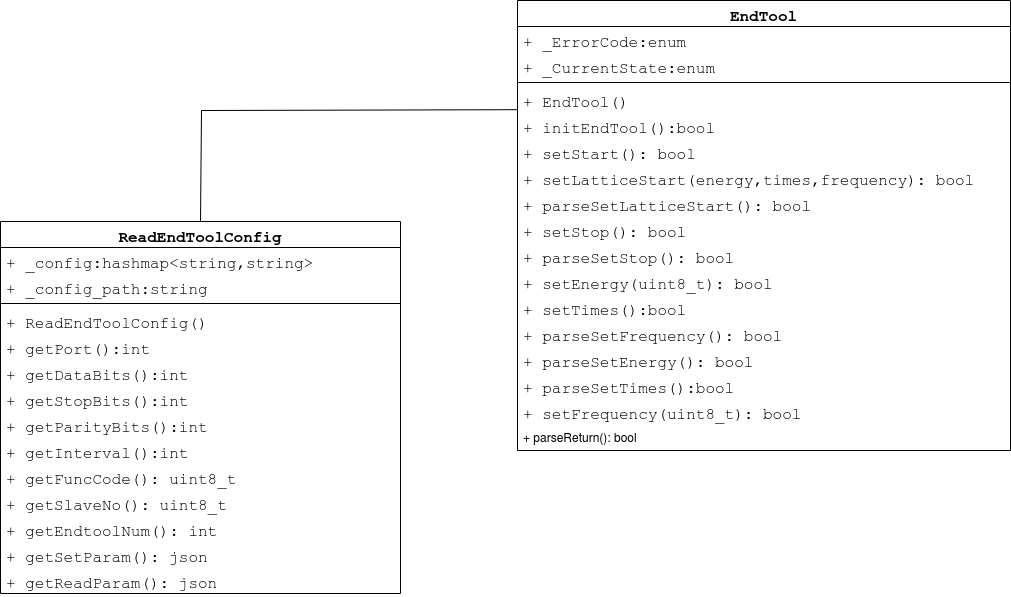
The draw.io diagram 理疗头类图.drawio.png in Durpe/Drawio, before a commit. Source tidied: cells renumbered, new cells last; positions are measured from the earlier drawing's top-left corner, leaving out a move shared by most shapes.
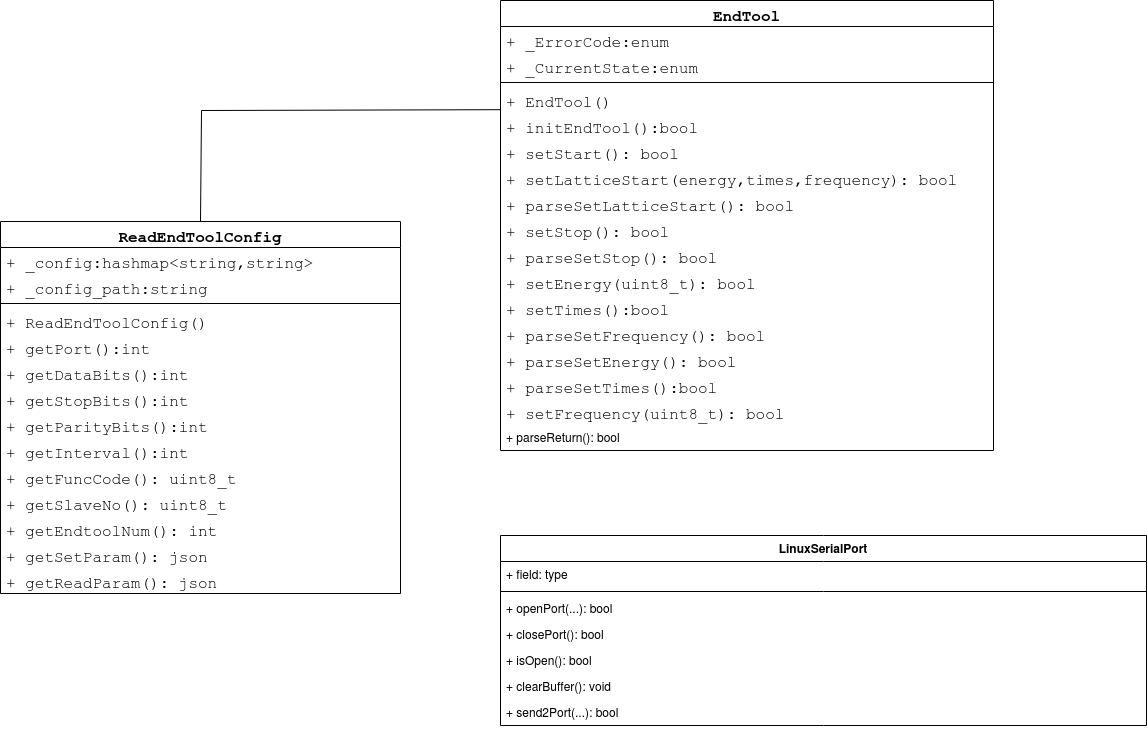
Later version of the same file.

Commit message:
更新理疗头类图.drawio.png

Change to the diagram source:
```diff
@@ -48,7 +48,7 @@
       <mxGeometry y="346" width="400" height="26" as="geometry" />
     </mxCell>
     <mxCell id="17" value="EndTool" style="swimlane;fontStyle=1;align=center;verticalAlign=top;horizontal=1;startSize=26;whiteSpace=wrap;html=1;fontSize=16;fontFamily=Courier New;" parent="1" vertex="1">
-      <mxGeometry x="517" width="493" height="450" as="geometry" />
+      <mxGeometry x="500" width="493" height="450" as="geometry" />
     </mxCell>
     <mxCell id="18" value="+&lt;span style=&quot;white-space: pre; font-size: 16px;&quot;&gt; &lt;/span&gt;_ErrorCode:enum" style="text;strokeColor=none;fillColor=none;align=left;verticalAlign=top;spacingLeft=4;spacingRight=4;overflow=hidden;whiteSpace=wrap;html=1;fontSize=16;fontFamily=Courier New;" parent="17" vertex="1">
       <mxGeometry y="26" width="493" height="26" as="geometry" />
@@ -108,5 +108,29 @@
         </Array>
       </mxGeometry>
     </mxCell>
+    <mxCell id="36" value="LinuxSerialPort" style="swimlane;fontStyle=1;align=center;verticalAlign=top;horizontal=1;startSize=26;whiteSpace=wrap;html=1;" parent="1" vertex="1">
+      <mxGeometry x="500" y="535" width="646" height="190" as="geometry" />
+    </mxCell>
+    <mxCell id="37" value="+ field: type" style="text;strokeColor=none;fillColor=none;align=left;verticalAlign=top;spacingLeft=4;spacingRight=4;overflow=hidden;whiteSpace=wrap;html=1;" parent="36" vertex="1">
+      <mxGeometry y="26" width="646" height="26" as="geometry" />
+    </mxCell>
+    <mxCell id="38" style="line;strokeWidth=1;fillColor=none;align=left;verticalAlign=middle;spacingTop=-1;spacingLeft=3;spacingRight=3;labelPosition=right;strokeColor=inherit;" parent="36" vertex="1">
+      <mxGeometry y="52" width="646" height="8" as="geometry" />
+    </mxCell>
+    <mxCell id="39" value="+ openPort(...): bool" style="text;strokeColor=none;fillColor=none;align=left;verticalAlign=top;spacingLeft=4;spacingRight=4;overflow=hidden;whiteSpace=wrap;html=1;" parent="36" vertex="1">
+      <mxGeometry y="60" width="646" height="26" as="geometry" />
+    </mxCell>
+    <mxCell id="40" value="+ closePort(): bool" style="text;strokeColor=none;fillColor=none;align=left;verticalAlign=top;spacingLeft=4;spacingRight=4;overflow=hidden;whiteSpace=wrap;html=1;" parent="36" vertex="1">
+      <mxGeometry y="86" width="646" height="26" as="geometry" />
+    </mxCell>
+    <mxCell id="41" value="+ isOpen(): bool" style="text;strokeColor=none;fillColor=none;align=left;verticalAlign=top;spacingLeft=4;spacingRight=4;overflow=hidden;whiteSpace=wrap;html=1;" parent="36" vertex="1">
+      <mxGeometry y="112" width="646" height="26" as="geometry" />
+    </mxCell>
+    <mxCell id="42" value="+ clearBuffer(): void" style="text;strokeColor=none;fillColor=none;align=left;verticalAlign=top;spacingLeft=4;spacingRight=4;overflow=hidden;whiteSpace=wrap;html=1;" parent="36" vertex="1">
+      <mxGeometry y="138" width="646" height="26" as="geometry" />
+    </mxCell>
+    <mxCell id="43" value="+ send2Port(...): bool" style="text;strokeColor=none;fillColor=none;align=left;verticalAlign=top;spacingLeft=4;spacingRight=4;overflow=hidden;whiteSpace=wrap;html=1;" parent="36" vertex="1">
+      <mxGeometry y="164" width="646" height="26" as="geometry" />
+    </mxCell>
   </root>
 </mxGraphModel>
```
